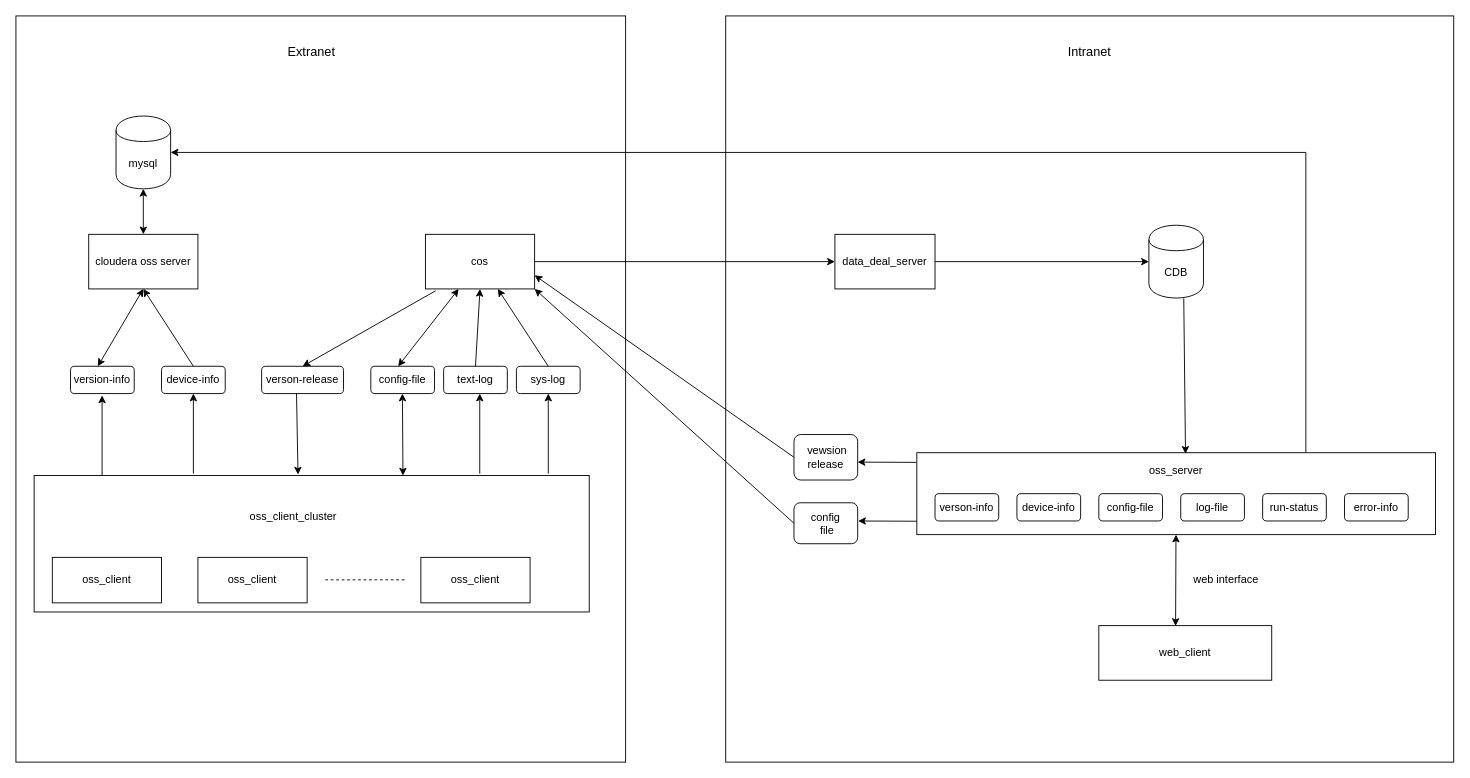
2212243743/Algorithmic keeps this draw.io diagram as 架构.drawio. Above is the earlier version. Source tidied: cells renumbered, new cells numbered last; positions are measured from the earlier drawing's top-left corner, leaving out a move shared by most shapes. Both pictures are drawn from the tidied source at 91%, with x=0, y=0 at pixel (15, 15).
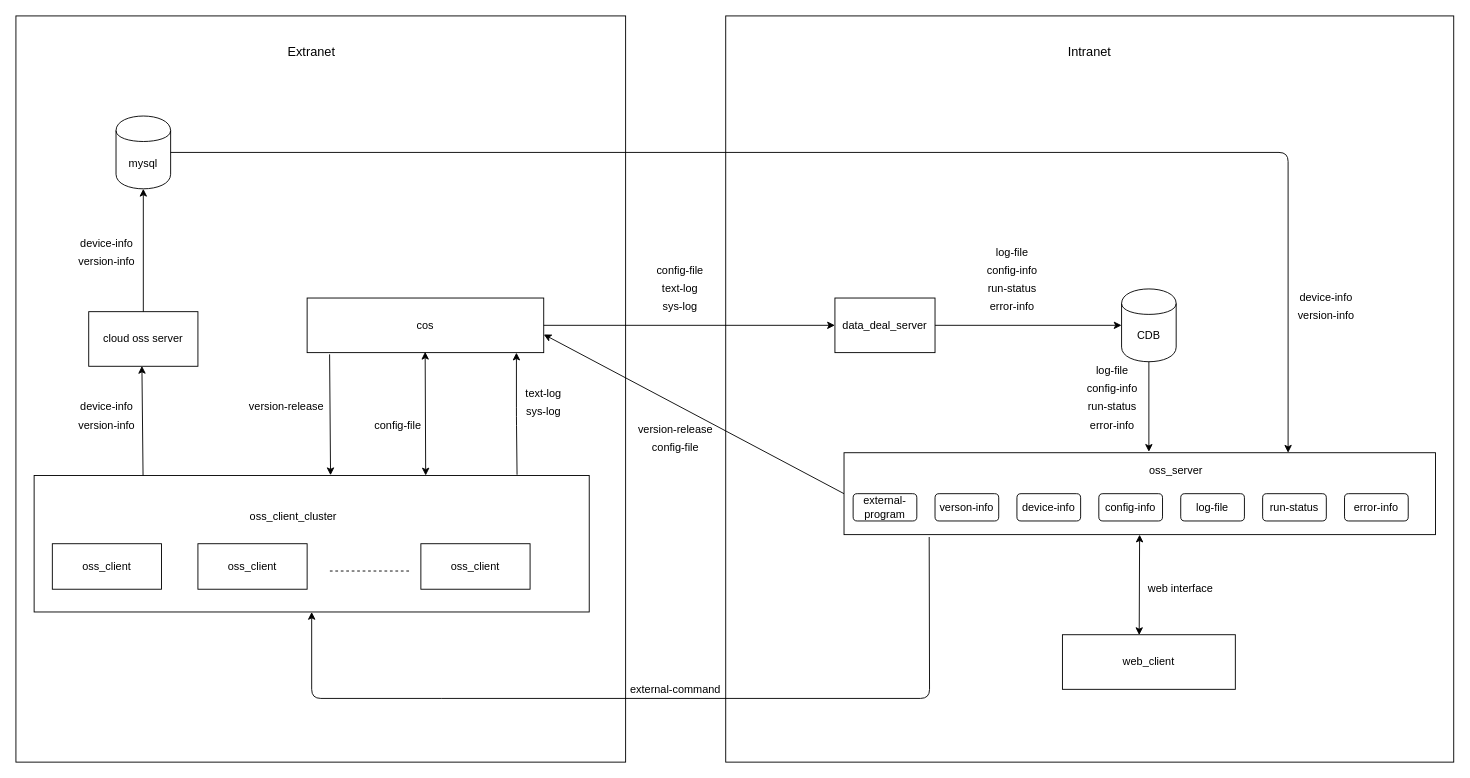
Above is the later version.

Unchanged cells that the change refers to:
```xml
<mxCell id="5" value="mysql" style="shape=cylinder;whiteSpace=wrap;html=1;boundedLbl=1;backgroundOutline=1;" parent="1" vertex="1">
  <mxGeometry x="110" y="110" width="60" height="80" as="geometry" />
</mxCell>
<mxCell id="6" style="rounded=0;whiteSpace=wrap;html=1;strokeColor=#000000;" parent="1" vertex="1">
  <mxGeometry x="20" y="505" width="610" height="150" as="geometry" />
</mxCell>
```

Change to the diagram source:
```diff
@@
     <mxCell id="3" value="cos" style="rounded=0;whiteSpace=wrap;html=1;" parent="1" vertex="1">
-      <mxGeometry x="450" y="240" width="120" height="60" as="geometry" />
+      <mxGeometry x="320" y="310" width="260" height="60" as="geometry" />
     </mxCell>
-    <mxCell id="4" value="cloudera oss server" style="rounded=0;whiteSpace=wrap;html=1;" parent="1" vertex="1">
-      <mxGeometry x="80" y="240" width="120" height="60" as="geometry" />
+    <mxCell id="4" value="cloud oss server" style="rounded=0;whiteSpace=wrap;html=1;" parent="1" vertex="1">
+      <mxGeometry x="80" y="325" width="120" height="60" as="geometry" />
     </mxCell>
@@
     <mxCell id="7" style="endArrow=none;dashed=1;html=1;" parent="1" edge="1">
       <mxGeometry relative="1" as="geometry">
-        <mxPoint x="340" y="619.7" as="sourcePoint" />
-        <mxPoint x="430" y="619.7" as="targetPoint" />
+        <mxPoint x="345" y="610" as="sourcePoint" />
+        <mxPoint x="435" y="610" as="targetPoint" />
       </mxGeometry>
     </mxCell>
-    <mxCell id="8" value="sys-log" style="rounded=1;whiteSpace=wrap;html=1;strokeColor=#000000;" parent="1" vertex="1">
-      <mxGeometry x="550" y="385" width="70" height="30" as="geometry" />
-    </mxCell>
-    <mxCell id="9" value="text-log" style="rounded=1;whiteSpace=wrap;html=1;strokeColor=#000000;" parent="1" vertex="1">
-      <mxGeometry x="470" y="385" width="70" height="30" as="geometry" />
-    </mxCell>
-    <mxCell id="10" value="version-info" style="rounded=1;whiteSpace=wrap;html=1;strokeColor=#000000;" parent="1" vertex="1">
-      <mxGeometry x="60" y="385" width="70" height="30" as="geometry" />
-    </mxCell>
-    <mxCell id="11" value="device-info" style="rounded=1;whiteSpace=wrap;html=1;strokeColor=#000000;" parent="1" vertex="1">
-      <mxGeometry x="160" y="385" width="70" height="30" as="geometry" />
-    </mxCell>
-    <mxCell id="12" value="config-file" style="rounded=1;whiteSpace=wrap;html=1;strokeColor=#000000;" parent="1" vertex="1">
-      <mxGeometry x="390" y="385" width="70" height="30" as="geometry" />
-    </mxCell>
@@
-    <mxCell id="14" style="endArrow=classic;html=1;strokeColor=#000000;exitX=0.5;exitY=0;exitDx=0;exitDy=0;" parent="1" edge="1" source="11">
-      <mxGeometry relative="1" as="geometry">
-        <mxPoint x="140" y="300" as="targetPoint" />
-      </mxGeometry>
-    </mxCell>
@@
-    <mxCell id="16" style="endArrow=classic;html=1;strokeColor=#000000;exitX=0.5;exitY=0;exitDx=0;exitDy=0;entryX=0.5;entryY=1;entryDx=0;entryDy=0;" parent="1" edge="1" source="9" target="3">
-      <mxGeometry relative="1" as="geometry" />
-    </mxCell>
-    <mxCell id="17" style="endArrow=classic;html=1;strokeColor=#000000;exitX=0.5;exitY=0;exitDx=0;exitDy=0;" parent="1" edge="1" source="8" target="3">
-      <mxGeometry relative="1" as="geometry" />
-    </mxCell>
@@
-    <mxCell id="20" style="edgeStyle=orthogonalEdgeStyle;rounded=0;orthogonalLoop=1;jettySize=auto;html=1;exitX=0.5;exitY=1;exitDx=0;exitDy=0;strokeColor=#000000;" parent="1" edge="1" source="8" target="8">
-      <mxGeometry relative="1" as="geometry" />
+    <mxCell id="20" style="edgeStyle=orthogonalEdgeStyle;rounded=0;orthogonalLoop=1;jettySize=auto;html=1;exitX=0.5;exitY=1;exitDx=0;exitDy=0;strokeColor=#000000;" parent="1" edge="1">
+      <mxGeometry relative="1" as="geometry">
+        <mxPoint x="585" y="415" as="sourcePoint" />
+        <mxPoint x="585" y="415" as="targetPoint" />
+      </mxGeometry>
     </mxCell>
-    <mxCell id="21" value="verson-release" style="rounded=1;whiteSpace=wrap;html=1;strokeColor=#000000;" parent="1" vertex="1">
-      <mxGeometry x="270" y="385" width="90" height="30" as="geometry" />
-    </mxCell>
-    <mxCell id="22" style="endArrow=classic;startArrow=classic;html=1;strokeColor=#000000;" parent="1" edge="1">
-      <mxGeometry relative="1" as="geometry">
-        <mxPoint x="90" y="385" as="sourcePoint" />
-        <mxPoint x="140" y="300" as="targetPoint" />
-      </mxGeometry>
-    </mxCell>
     <mxCell id="23" value="data_deal_server" style="rounded=0;whiteSpace=wrap;html=1;strokeColor=#000000;" parent="1" vertex="1">
-      <mxGeometry x="900" y="240" width="110" height="60" as="geometry" />
+      <mxGeometry x="900" y="310" width="110" height="60" as="geometry" />
     </mxCell>
@@
     <mxCell id="25" value="CDB" style="shape=cylinder;whiteSpace=wrap;html=1;boundedLbl=1;backgroundOutline=1;strokeColor=#000000;" parent="1" vertex="1">
-      <mxGeometry x="1245" y="230" width="60" height="80" as="geometry" />
+      <mxGeometry x="1215" y="300" width="60" height="80" as="geometry" />
     </mxCell>
-    <mxCell id="26" style="edgeStyle=orthogonalEdgeStyle;rounded=0;jettySize=auto;html=1;exitX=0.75;exitY=0;exitDx=0;exitDy=0;strokeColor=#000000;" parent="1" edge="1" source="27" target="5">
-      <mxGeometry relative="1" as="geometry">
-        <Array as="points">
-          <mxPoint x="1418" y="150" />
-        </Array>
-      </mxGeometry>
-    </mxCell>
     <mxCell id="27" style="rounded=0;whiteSpace=wrap;html=1;strokeColor=#000000;" parent="1" vertex="1">
-      <mxGeometry x="990" y="480" width="570" height="90" as="geometry" />
+      <mxGeometry x="910" y="480" width="650" height="90" as="geometry" />
     </mxCell>
@@
-    <mxCell id="30" value="config-file" style="rounded=1;whiteSpace=wrap;html=1;strokeColor=#000000;" parent="1" vertex="1">
+    <mxCell id="30" value="config-info" style="rounded=1;whiteSpace=wrap;html=1;strokeColor=#000000;" parent="1" vertex="1">
       <mxGeometry x="1190" y="525" width="70" height="30" as="geometry" />
     </mxCell>
@@
     <mxCell id="34" value="web_client" style="rounded=0;whiteSpace=wrap;html=1;strokeColor=#000000;" parent="1" vertex="1">
-      <mxGeometry x="1190" y="670" width="190" height="60" as="geometry" />
+      <mxGeometry x="1150" y="680" width="190" height="60" as="geometry" />
     </mxCell>
@@
     <mxCell id="36" value="web interface" style="text;html=1;strokeColor=none;fillColor=none;align=center;verticalAlign=middle;whiteSpace=wrap;rounded=0;" parent="1" vertex="1">
-      <mxGeometry x="1280" y="610" width="100" height="20" as="geometry" />
+      <mxGeometry x="1230" y="620" width="100" height="20" as="geometry" />
     </mxCell>
@@
-    <mxCell id="38" style="endArrow=classic;startArrow=classic;html=1;strokeColor=#000000;entryX=0.5;entryY=1;entryDx=0;entryDy=0;" parent="1" edge="1" source="4" target="5">
-      <mxGeometry relative="1" as="geometry" />
-    </mxCell>
-    <mxCell id="39" value="&lt;span&gt;&amp;nbsp;vewsion release&lt;/span&gt;" style="rounded=1;whiteSpace=wrap;html=1;strokeColor=#000000;" parent="1" vertex="1">
-      <mxGeometry x="855" y="460" width="70" height="50" as="geometry" />
-    </mxCell>
-    <mxCell id="40" value="&lt;span&gt;config&lt;br&gt;&amp;nbsp;file&lt;/span&gt;" style="rounded=1;whiteSpace=wrap;html=1;strokeColor=#000000;" parent="1" vertex="1">
-      <mxGeometry x="855" y="535" width="70" height="45" as="geometry" />
-    </mxCell>
-    <mxCell id="41" style="endArrow=classic;startArrow=classic;html=1;strokeColor=#000000;" parent="1" edge="1" target="3">
-      <mxGeometry relative="1" as="geometry">
-        <mxPoint x="420" y="385" as="sourcePoint" />
-      </mxGeometry>
-    </mxCell>
-    <mxCell id="42" style="endArrow=classic;html=1;strokeColor=#000000;entryX=0.5;entryY=1;entryDx=0;entryDy=0;" parent="1" edge="1" target="11">
-      <mxGeometry relative="1" as="geometry">
-        <mxPoint x="195" y="503" as="sourcePoint" />
-      </mxGeometry>
-    </mxCell>
-    <mxCell id="43" style="endArrow=classic;startArrow=classic;html=1;strokeColor=#000000;exitX=0.124;exitY=0.001;exitDx=0;exitDy=0;exitPerimeter=0;entryX=0.5;entryY=1;entryDx=0;entryDy=0;" parent="1" edge="1">
-      <mxGeometry relative="1" as="geometry">
-        <mxPoint x="425.3" y="505.1" as="sourcePoint" />
-        <mxPoint x="424.7" y="415" as="targetPoint" />
-      </mxGeometry>
-    </mxCell>
-    <mxCell id="44" style="endArrow=classic;html=1;strokeColor=#000000;entryX=0.5;entryY=1;entryDx=0;entryDy=0;" parent="1" edge="1">
-      <mxGeometry relative="1" as="geometry">
-        <mxPoint x="509.7" y="503" as="sourcePoint" />
-        <mxPoint x="509.7" y="415" as="targetPoint" />
-      </mxGeometry>
-    </mxCell>
-    <mxCell id="45" style="endArrow=classic;html=1;strokeColor=#000000;entryX=0.5;entryY=1;entryDx=0;entryDy=0;" parent="1" edge="1">
-      <mxGeometry relative="1" as="geometry">
-        <mxPoint x="585" y="503" as="sourcePoint" />
-        <mxPoint x="585" y="415" as="targetPoint" />
-      </mxGeometry>
-    </mxCell>
@@
-    <mxCell id="47" style="endArrow=classic;html=1;strokeColor=#000000;exitX=0.426;exitY=0.985;exitDx=0;exitDy=0;exitPerimeter=0;" parent="1" edge="1" source="21">
-      <mxGeometry relative="1" as="geometry">
-        <mxPoint x="310" y="504" as="targetPoint" />
-      </mxGeometry>
-    </mxCell>
-    <mxCell id="48" style="endArrow=classic;html=1;strokeColor=#000000;entryX=0.5;entryY=0;entryDx=0;entryDy=0;exitX=0.095;exitY=1.032;exitDx=0;exitDy=0;exitPerimeter=0;" parent="1" edge="1" source="3" target="21">
-      <mxGeometry relative="1" as="geometry" />
-    </mxCell>
-    <mxCell id="49" style="endArrow=classic;html=1;strokeColor=#000000;exitX=-0.001;exitY=0.118;exitDx=0;exitDy=0;exitPerimeter=0;entryX=0.999;entryY=0.606;entryDx=0;entryDy=0;entryPerimeter=0;" parent="1" edge="1" source="27" target="39">
+    <mxCell id="49" style="endArrow=classic;html=1;strokeColor=#000000;entryX=1;entryY=0.667;entryDx=0;entryDy=0;entryPerimeter=0;exitX=0;exitY=0.5;exitDx=0;exitDy=0;" parent="1" edge="1" source="27" target="3">
       <mxGeometry relative="1" as="geometry" />
     </mxCell>
-    <mxCell id="50" style="endArrow=classic;html=1;strokeColor=#000000;exitX=-0.001;exitY=0.118;exitDx=0;exitDy=0;exitPerimeter=0;entryX=0.999;entryY=0.606;entryDx=0;entryDy=0;entryPerimeter=0;" parent="1" edge="1">
-      <mxGeometry relative="1" as="geometry">
-        <mxPoint x="990" y="555.3" as="sourcePoint" />
-        <mxPoint x="925.5" y="555" as="targetPoint" />
-      </mxGeometry>
-    </mxCell>
-    <mxCell id="51" style="endArrow=classic;html=1;strokeColor=#000000;exitX=0;exitY=0.5;exitDx=0;exitDy=0;entryX=1;entryY=0.75;entryDx=0;entryDy=0;" parent="1" edge="1" source="39" target="3">
-      <mxGeometry relative="1" as="geometry" />
-    </mxCell>
-    <mxCell id="52" style="endArrow=classic;html=1;strokeColor=#000000;exitX=0;exitY=0.5;exitDx=0;exitDy=0;entryX=1;entryY=0.75;entryDx=0;entryDy=0;" parent="1" edge="1" source="40">
-      <mxGeometry relative="1" as="geometry">
-        <mxPoint x="570" y="300" as="targetPoint" />
-      </mxGeometry>
-    </mxCell>
-    <mxCell id="53" style="endArrow=classic;html=1;strokeColor=#000000;exitX=0.639;exitY=1.005;exitDx=0;exitDy=0;exitPerimeter=0;entryX=0.518;entryY=0.013;entryDx=0;entryDy=0;entryPerimeter=0;" parent="1" edge="1" source="25" target="27">
-      <mxGeometry relative="1" as="geometry" />
+    <mxCell id="53" style="endArrow=classic;html=1;strokeColor=#000000;exitX=0.5;exitY=1;exitDx=0;exitDy=0;" parent="1" edge="1" source="25">
+      <mxGeometry relative="1" as="geometry">
+        <mxPoint x="1245" y="479" as="targetPoint" />
+      </mxGeometry>
     </mxCell>
-    <mxCell id="54" style="endArrow=classic;html=1;strokeColor=#000000;entryX=0.5;entryY=1;entryDx=0;entryDy=0;" parent="1" edge="1">
+    <mxCell id="54" style="endArrow=classic;html=1;strokeColor=#000000;entryX=0.487;entryY=0.994;entryDx=0;entryDy=0;entryPerimeter=0;" parent="1" edge="1" target="4">
       <mxGeometry relative="1" as="geometry">
-        <mxPoint x="94.7" y="505" as="sourcePoint" />
-        <mxPoint x="94.7" y="417" as="targetPoint" />
+        <mxPoint x="139.7" y="505" as="sourcePoint" />
       </mxGeometry>
     </mxCell>
     <mxCell id="55" value="oss_client" style="rounded=0;whiteSpace=wrap;html=1;strokeColor=#000000;" parent="1" vertex="1">
-      <mxGeometry x="40" y="595" width="120" height="50" as="geometry" />
+      <mxGeometry x="40" y="580" width="120" height="50" as="geometry" />
     </mxCell>
     <mxCell id="56" value="oss_client" style="rounded=0;whiteSpace=wrap;html=1;strokeColor=#000000;" parent="1" vertex="1">
-      <mxGeometry x="200" y="595" width="120" height="50" as="geometry" />
+      <mxGeometry x="200" y="580" width="120" height="50" as="geometry" />
     </mxCell>
     <mxCell id="57" value="oss_client" style="rounded=0;whiteSpace=wrap;html=1;strokeColor=#000000;" parent="1" vertex="1">
-      <mxGeometry x="445" y="595" width="120" height="50" as="geometry" />
+      <mxGeometry x="445" y="580" width="120" height="50" as="geometry" />
     </mxCell>
+    <mxCell id="58" value="device-info" style="text;html=1;strokeColor=none;fillColor=none;align=center;verticalAlign=middle;whiteSpace=wrap;rounded=0;" parent="1" vertex="1">
+      <mxGeometry x="60" y="420" width="80" height="20" as="geometry" />
+    </mxCell>
+    <mxCell id="59" value="version-info" style="text;html=1;strokeColor=none;fillColor=none;align=center;verticalAlign=middle;whiteSpace=wrap;rounded=0;" parent="1" vertex="1">
+      <mxGeometry x="60" y="440" width="80" height="20" as="geometry" />
+    </mxCell>
+    <mxCell id="60" value="config-file" style="text;html=1;strokeColor=none;fillColor=none;align=center;verticalAlign=middle;whiteSpace=wrap;rounded=0;" parent="1" vertex="1">
+      <mxGeometry x="380" y="440" width="80" height="20" as="geometry" />
+    </mxCell>
+    <mxCell id="61" value="text-log" style="text;html=1;strokeColor=none;fillColor=none;align=center;verticalAlign=middle;whiteSpace=wrap;rounded=0;" parent="1" vertex="1">
+      <mxGeometry x="540" y="400" width="80" height="30" as="geometry" />
+    </mxCell>
+    <mxCell id="62" value="sys-log" style="text;html=1;strokeColor=none;fillColor=none;align=center;verticalAlign=middle;whiteSpace=wrap;rounded=0;" parent="1" vertex="1">
+      <mxGeometry x="540" y="425" width="80" height="20" as="geometry" />
+    </mxCell>
+    <mxCell id="63" value="version-release" style="text;html=1;strokeColor=none;fillColor=none;align=center;verticalAlign=middle;whiteSpace=wrap;rounded=0;" parent="1" vertex="1">
+      <mxGeometry x="250" y="415" width="95" height="30" as="geometry" />
+    </mxCell>
+    <mxCell id="64" style="endArrow=classic;html=1;strokeColor=#000000;exitX=0.095;exitY=1.032;exitDx=0;exitDy=0;exitPerimeter=0;entryX=0.534;entryY=-0.002;entryDx=0;entryDy=0;entryPerimeter=0;" parent="1" edge="1" source="3" target="6">
+      <mxGeometry relative="1" as="geometry" />
+    </mxCell>
+    <mxCell id="65" style="endArrow=classic;startArrow=classic;html=1;strokeColor=#000000;exitX=0.624;exitY=0.006;exitDx=0;exitDy=0;exitPerimeter=0;" parent="1" edge="1">
+      <mxGeometry relative="1" as="geometry">
+        <mxPoint x="450.3" y="505" as="sourcePoint" />
+        <mxPoint x="449.7" y="369.1" as="targetPoint" />
+      </mxGeometry>
+    </mxCell>
+    <mxCell id="66" style="endArrow=classic;html=1;strokeColor=#000000;exitX=0.706;exitY=-0.005;exitDx=0;exitDy=0;entryX=0.5;entryY=1;entryDx=0;entryDy=0;exitPerimeter=0;" parent="1" edge="1">
+      <mxGeometry relative="1" as="geometry">
+        <mxPoint x="550.7" y="504.2" as="sourcePoint" />
+        <mxPoint x="550" y="370" as="targetPoint" />
+        <Array as="points">
+          <mxPoint x="550" y="440" />
+        </Array>
+      </mxGeometry>
+    </mxCell>
+    <mxCell id="67" value="text-log" style="text;html=1;strokeColor=none;fillColor=none;align=center;verticalAlign=middle;whiteSpace=wrap;rounded=0;" parent="1" vertex="1">
+      <mxGeometry x="690" y="285" width="80" height="30" as="geometry" />
+    </mxCell>
+    <mxCell id="68" value="sys-log" style="text;html=1;strokeColor=none;fillColor=none;align=center;verticalAlign=middle;whiteSpace=wrap;rounded=0;" parent="1" vertex="1">
+      <mxGeometry x="690" y="310" width="80" height="20" as="geometry" />
+    </mxCell>
+    <mxCell id="69" value="error-info" style="text;html=1;strokeColor=none;fillColor=none;align=center;verticalAlign=middle;whiteSpace=wrap;rounded=0;" parent="1" vertex="1">
+      <mxGeometry x="1060" y="310" width="70" height="20" as="geometry" />
+    </mxCell>
+    <mxCell id="70" value="run-status" style="text;html=1;strokeColor=none;fillColor=none;align=center;verticalAlign=middle;whiteSpace=wrap;rounded=0;" parent="1" vertex="1">
+      <mxGeometry x="1060" y="290" width="70" height="20" as="geometry" />
+    </mxCell>
+    <mxCell id="71" value="version-release" style="text;html=1;strokeColor=none;fillColor=none;align=center;verticalAlign=middle;whiteSpace=wrap;rounded=0;" parent="1" vertex="1">
+      <mxGeometry x="680" y="445" width="90" height="20" as="geometry" />
+    </mxCell>
+    <mxCell id="72" value="config-file" style="text;html=1;strokeColor=none;fillColor=none;align=center;verticalAlign=middle;whiteSpace=wrap;rounded=0;" parent="1" vertex="1">
+      <mxGeometry x="680" y="465" width="90" height="20" as="geometry" />
+    </mxCell>
+    <mxCell id="73" value="config-file" style="text;html=1;strokeColor=none;fillColor=none;align=center;verticalAlign=middle;whiteSpace=wrap;rounded=0;" parent="1" vertex="1">
+      <mxGeometry x="690" y="270" width="80" height="20" as="geometry" />
+    </mxCell>
+    <mxCell id="74" value="config-info" style="text;html=1;strokeColor=none;fillColor=none;align=center;verticalAlign=middle;whiteSpace=wrap;rounded=0;" parent="1" vertex="1">
+      <mxGeometry x="1060" y="270" width="70" height="20" as="geometry" />
+    </mxCell>
+    <mxCell id="75" value="device-info" style="text;html=1;strokeColor=none;fillColor=none;align=center;verticalAlign=middle;whiteSpace=wrap;rounded=0;" parent="1" vertex="1">
+      <mxGeometry x="60" y="240" width="80" height="20" as="geometry" />
+    </mxCell>
+    <mxCell id="76" value="version-info" style="text;html=1;strokeColor=none;fillColor=none;align=center;verticalAlign=middle;whiteSpace=wrap;rounded=0;" parent="1" vertex="1">
+      <mxGeometry x="60" y="260" width="80" height="20" as="geometry" />
+    </mxCell>
+    <mxCell id="77" value="device-info" style="text;html=1;strokeColor=none;fillColor=none;align=center;verticalAlign=middle;whiteSpace=wrap;rounded=0;" parent="1" vertex="1">
+      <mxGeometry x="1400" y="300" width="80" height="20" as="geometry" />
+    </mxCell>
+    <mxCell id="78" value="version-info" style="text;html=1;strokeColor=none;fillColor=none;align=center;verticalAlign=middle;whiteSpace=wrap;rounded=0;" parent="1" vertex="1">
+      <mxGeometry x="1400" y="320" width="80" height="20" as="geometry" />
+    </mxCell>
+    <mxCell id="79" value="log-file" style="text;html=1;strokeColor=none;fillColor=none;align=center;verticalAlign=middle;whiteSpace=wrap;rounded=0;" parent="1" vertex="1">
+      <mxGeometry x="1060" y="250" width="70" height="20" as="geometry" />
+    </mxCell>
+    <mxCell id="80" style="endArrow=classic;html=1;strokeColor=#000000;entryX=0.5;entryY=1;entryDx=0;entryDy=0;" parent="1" edge="1" target="5">
+      <mxGeometry relative="1" as="geometry">
+        <mxPoint x="140" y="325" as="sourcePoint" />
+      </mxGeometry>
+    </mxCell>
+    <mxCell id="81" style="endArrow=classic;html=1;strokeColor=#000000;exitX=1;exitY=0.5;exitDx=0;exitDy=0;" parent="1" edge="1" source="5">
+      <mxGeometry relative="1" as="geometry">
+        <mxPoint x="1398" y="480" as="targetPoint" />
+        <Array as="points">
+          <mxPoint x="1398" y="150" />
+        </Array>
+      </mxGeometry>
+    </mxCell>
+    <mxCell id="82" value="error-info" style="text;html=1;strokeColor=none;fillColor=none;align=center;verticalAlign=middle;whiteSpace=wrap;rounded=0;" parent="1" vertex="1">
+      <mxGeometry x="1170" y="440" width="70" height="20" as="geometry" />
+    </mxCell>
+    <mxCell id="83" value="config-info" style="text;html=1;strokeColor=none;fillColor=none;align=center;verticalAlign=middle;whiteSpace=wrap;rounded=0;" parent="1" vertex="1">
+      <mxGeometry x="1170" y="400" width="70" height="20" as="geometry" />
+    </mxCell>
+    <mxCell id="84" value="log-file" style="text;html=1;strokeColor=none;fillColor=none;align=center;verticalAlign=middle;whiteSpace=wrap;rounded=0;" parent="1" vertex="1">
+      <mxGeometry x="1170" y="380" width="70" height="20" as="geometry" />
+    </mxCell>
+    <mxCell id="85" value="run-status" style="text;html=1;strokeColor=none;fillColor=none;align=center;verticalAlign=middle;whiteSpace=wrap;rounded=0;" parent="1" vertex="1">
+      <mxGeometry x="1170" y="420" width="70" height="20" as="geometry" />
+    </mxCell>
+    <mxCell id="86" value="external-program" style="rounded=1;whiteSpace=wrap;html=1;strokeColor=#000000;" parent="1" vertex="1">
+      <mxGeometry x="920" y="525" width="70" height="30" as="geometry" />
+    </mxCell>
+    <mxCell id="87" style="endArrow=classic;html=1;strokeColor=#000000;exitX=0.144;exitY=1.029;exitDx=0;exitDy=0;exitPerimeter=0;entryX=0.5;entryY=1;entryDx=0;entryDy=0;" parent="1" edge="1" source="27" target="6">
+      <mxGeometry relative="1" as="geometry">
+        <Array as="points">
+          <mxPoint x="1004" y="750" />
+          <mxPoint x="478" y="750" />
+          <mxPoint x="325" y="750" />
+        </Array>
+      </mxGeometry>
+    </mxCell>
+    <mxCell id="88" value="external-command" style="text;html=1;strokeColor=none;fillColor=none;align=center;verticalAlign=middle;whiteSpace=wrap;rounded=0;" parent="1" vertex="1">
+      <mxGeometry x="670" y="730" width="110" height="20" as="geometry" />
+    </mxCell>
```
